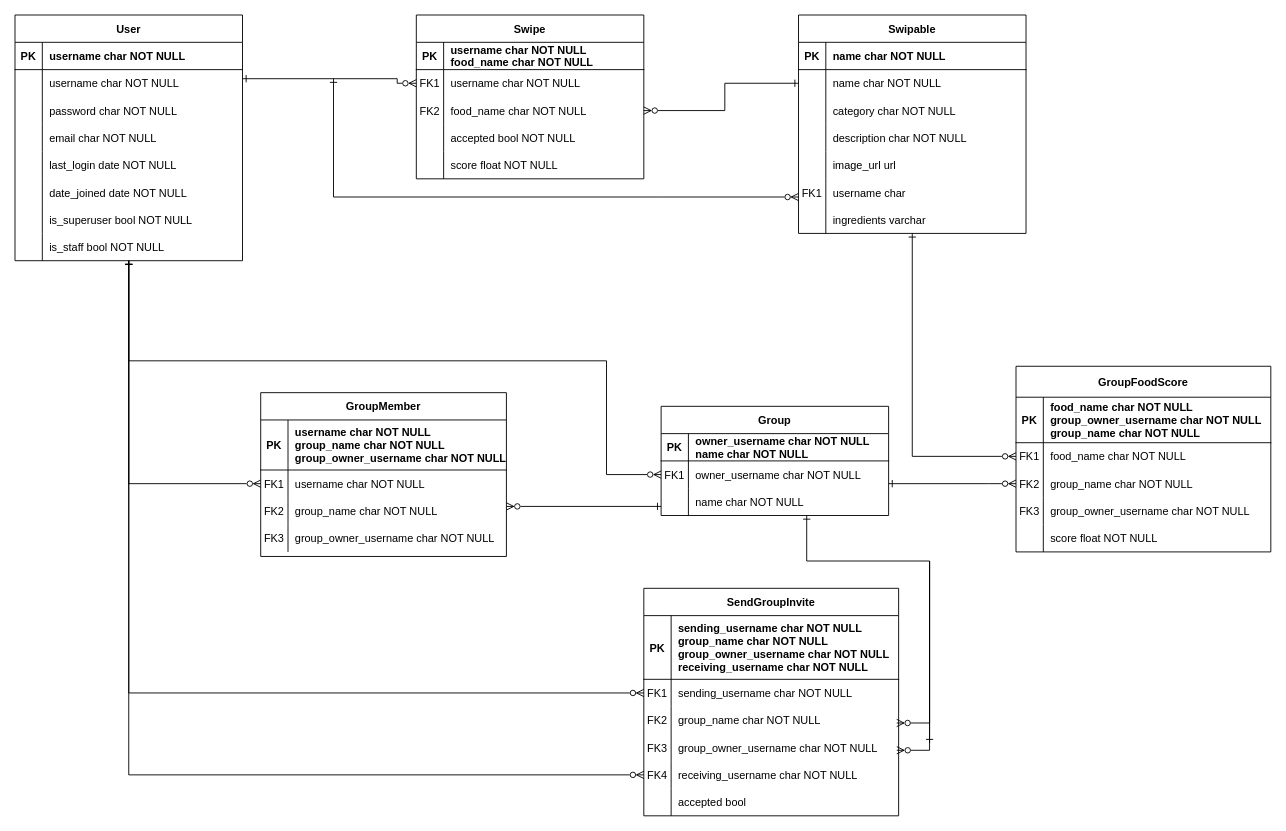
This is grubflow-db.drawio from grubflow/diagrams, a draw.io file, before an edit. Source tidied: cells renumbered, new cells numbered last; positions are measured from the earlier drawing's top-left corner, leaving out a move shared by most shapes. Both pictures are drawn from the tidied source at 91%, with x=0, y=0 at pixel (15, 15).
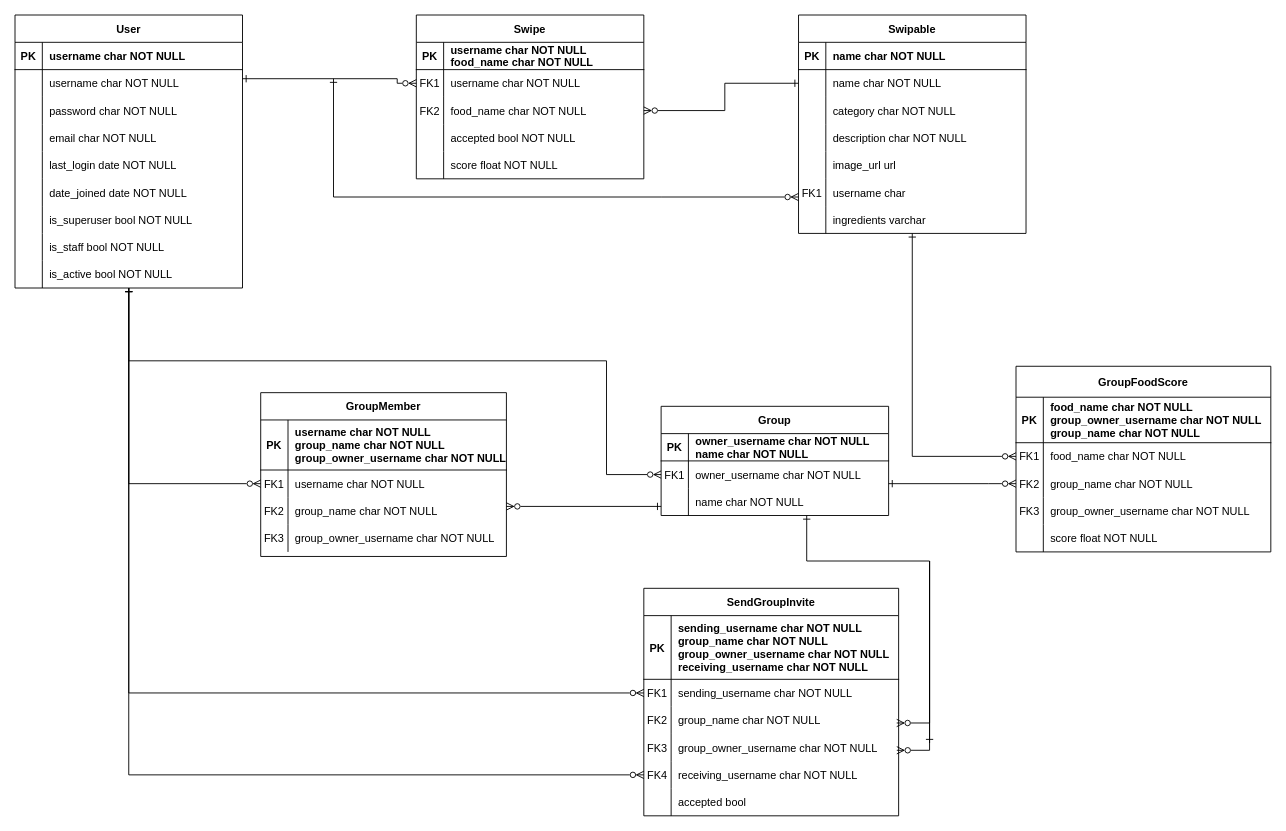
The same diagram, later.

Commit message:
Add is_active attribute to User table

Diff of the diagram source:
```diff
@@
     <mxCell id="2" value="User" style="shape=table;startSize=30;childLayout=tableLayout;rowLines=0;fontStyle=1;align=center;gradientColor=none;" parent="1" vertex="1">
-      <mxGeometry width="250" height="270" as="geometry" />
+      <mxGeometry width="250" height="300" as="geometry" />
     </mxCell>
@@
+    <mxCell id="135" style="shape=partialRectangle;fillColor=none;top=0;left=0;right=0;bottom=0;" parent="2" vertex="1">
+      <mxGeometry y="270" width="250" height="30" as="geometry" />
+    </mxCell>
+    <mxCell id="136" style="shape=partialRectangle;overflow=hidden;fillColor=none;top=0;left=0;bottom=0;right=0;" parent="135" vertex="1">
+      <mxGeometry width="30" height="30" as="geometry" />
+    </mxCell>
+    <mxCell id="137" value="is_active bool NOT NULL" style="shape=partialRectangle;overflow=hidden;fillColor=none;top=0;left=0;bottom=0;right=0;align=left;spacingLeft=6;" parent="135" vertex="1">
+      <mxGeometry x="30" width="220" height="30" as="geometry" />
+    </mxCell>
```
